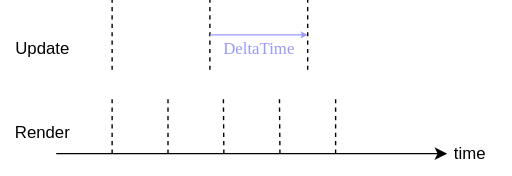
Above: public/posts/timestep-and-frame-pacing/resources/timestep_7.svg in raylee9919/raylee9919.github.io (draw.io), before the change. Source tidied: cells renumbered, new cells last; positions are measured from the earlier drawing's top-left corner, leaving out a move shared by most shapes.
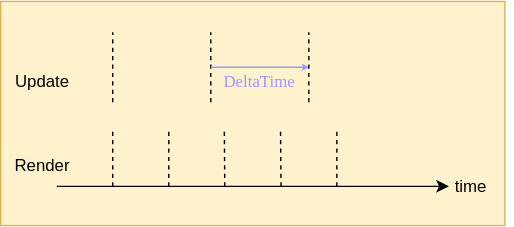
The same file after the commit.

What changed in the source:
```diff
@@ -2,77 +2,80 @@
   <root>
     <mxCell id="0" />
     <mxCell id="1" parent="0" />
-    <mxCell id="2" style="endArrow=classic;html=1;rounded=0;" parent="1" edge="1">
-      <mxGeometry relative="1" as="geometry">
-        <mxPoint x="40" y="110" as="sourcePoint" />
-        <mxPoint x="320" y="110" as="targetPoint" />
-      </mxGeometry>
+    <mxCell id="2" style="rounded=0;whiteSpace=wrap;html=1;fillColor=#fff2cc;strokeColor=#d6b656;" parent="1" vertex="1">
+      <mxGeometry y="-22" width="360" height="160" as="geometry" />
     </mxCell>
-    <mxCell id="3" style="endArrow=none;dashed=1;html=1;rounded=0;" parent="1" edge="1">
+    <mxCell id="3" style="endArrow=classic;html=1;rounded=0;" parent="1" edge="1">
       <mxGeometry relative="1" as="geometry">
-        <mxPoint x="80" y="110" as="sourcePoint" />
-        <mxPoint x="80" y="70" as="targetPoint" />
+        <mxPoint x="40" y="110" as="sourcePoint" />
+        <mxPoint x="320" y="110" as="targetPoint" />
       </mxGeometry>
     </mxCell>
     <mxCell id="4" style="endArrow=none;dashed=1;html=1;rounded=0;" parent="1" edge="1">
       <mxGeometry relative="1" as="geometry">
-        <mxPoint x="120" y="110" as="sourcePoint" />
-        <mxPoint x="120" y="70" as="targetPoint" />
+        <mxPoint x="80" y="110" as="sourcePoint" />
+        <mxPoint x="80" y="70" as="targetPoint" />
       </mxGeometry>
     </mxCell>
     <mxCell id="5" style="endArrow=none;dashed=1;html=1;rounded=0;" parent="1" edge="1">
       <mxGeometry relative="1" as="geometry">
-        <mxPoint x="160" y="110" as="sourcePoint" />
-        <mxPoint x="159.7" y="70" as="targetPoint" />
+        <mxPoint x="120" y="110" as="sourcePoint" />
+        <mxPoint x="120" y="70" as="targetPoint" />
       </mxGeometry>
     </mxCell>
     <mxCell id="6" style="endArrow=none;dashed=1;html=1;rounded=0;" parent="1" edge="1">
       <mxGeometry relative="1" as="geometry">
-        <mxPoint x="240" y="110" as="sourcePoint" />
-        <mxPoint x="240" y="70" as="targetPoint" />
+        <mxPoint x="160" y="110" as="sourcePoint" />
+        <mxPoint x="159.7" y="70" as="targetPoint" />
       </mxGeometry>
     </mxCell>
     <mxCell id="7" style="endArrow=none;dashed=1;html=1;rounded=0;" parent="1" edge="1">
       <mxGeometry relative="1" as="geometry">
-        <mxPoint x="80" y="50" as="sourcePoint" />
-        <mxPoint x="80" as="targetPoint" />
+        <mxPoint x="240" y="110" as="sourcePoint" />
+        <mxPoint x="240" y="70" as="targetPoint" />
       </mxGeometry>
     </mxCell>
     <mxCell id="8" style="endArrow=none;dashed=1;html=1;rounded=0;" parent="1" edge="1">
       <mxGeometry relative="1" as="geometry">
-        <mxPoint x="150" y="50" as="sourcePoint" />
-        <mxPoint x="150" as="targetPoint" />
+        <mxPoint x="80" y="50" as="sourcePoint" />
+        <mxPoint x="80" as="targetPoint" />
       </mxGeometry>
     </mxCell>
-    <mxCell id="9" value="time" style="text;html=1;whiteSpace=wrap;strokeColor=none;fillColor=none;align=center;verticalAlign=middle;rounded=0;" parent="1" vertex="1">
-      <mxGeometry x="306" y="95" width="60" height="30" as="geometry" />
+    <mxCell id="9" style="endArrow=none;dashed=1;html=1;rounded=0;" parent="1" edge="1">
+      <mxGeometry relative="1" as="geometry">
+        <mxPoint x="150" y="50" as="sourcePoint" />
+        <mxPoint x="150" as="targetPoint" />
+      </mxGeometry>
     </mxCell>
-    <mxCell id="10" value="Update" style="text;html=1;whiteSpace=wrap;strokeColor=none;fillColor=none;align=center;verticalAlign=middle;rounded=0;" parent="1" vertex="1">
-      <mxGeometry y="20" width="60" height="30" as="geometry" />
+    <mxCell id="10" value="time" style="text;html=1;whiteSpace=wrap;strokeColor=none;fillColor=none;align=center;verticalAlign=middle;rounded=0;" parent="1" vertex="1">
+      <mxGeometry x="306" y="95" width="60" height="30" as="geometry" />
     </mxCell>
-    <mxCell id="11" value="Render" style="text;html=1;whiteSpace=wrap;strokeColor=none;fillColor=none;align=center;verticalAlign=middle;rounded=0;" parent="1" vertex="1">
-      <mxGeometry y="80" width="60" height="30" as="geometry" />
+    <mxCell id="11" value="Update" style="text;html=1;whiteSpace=wrap;strokeColor=none;fillColor=none;align=center;verticalAlign=middle;rounded=0;" parent="1" vertex="1">
+      <mxGeometry y="20" width="60" height="30" as="geometry" />
     </mxCell>
-    <mxCell id="12" style="endArrow=classic;html=1;rounded=0;endSize=2;startSize=4;strokeColor=#9999FF;" parent="1" edge="1">
-      <mxGeometry relative="1" as="geometry">
-        <mxPoint x="150" y="25" as="sourcePoint" />
-        <mxPoint x="220" y="25" as="targetPoint" />
-      </mxGeometry>
+    <mxCell id="12" value="Render" style="text;html=1;whiteSpace=wrap;strokeColor=none;fillColor=none;align=center;verticalAlign=middle;rounded=0;" parent="1" vertex="1">
+      <mxGeometry y="80" width="60" height="30" as="geometry" />
     </mxCell>
-    <mxCell id="13" value="&lt;span style=&quot;color: rgb(153, 153, 255);&quot;&gt;&lt;font face=&quot;consolas&quot;&gt;DeltaTime&lt;/font&gt;&lt;/span&gt;" style="text;html=1;whiteSpace=wrap;strokeColor=none;fillColor=none;align=center;verticalAlign=middle;rounded=0;fontStyle=0;" parent="1" vertex="1">
-      <mxGeometry x="169" y="20" width="32" height="30" as="geometry" />
+    <mxCell id="13" style="endArrow=classic;html=1;rounded=0;endSize=2;startSize=4;strokeColor=#9999FF;" parent="1" edge="1">
+      <mxGeometry relative="1" as="geometry">
+        <mxPoint x="150" y="25" as="sourcePoint" />
+        <mxPoint x="220" y="25" as="targetPoint" />
+      </mxGeometry>
     </mxCell>
-    <mxCell id="14" style="endArrow=none;dashed=1;html=1;rounded=0;" parent="1" edge="1">
-      <mxGeometry relative="1" as="geometry">
-        <mxPoint x="200.1" y="110" as="sourcePoint" />
-        <mxPoint x="199.8" y="70" as="targetPoint" />
-      </mxGeometry>
+    <mxCell id="14" value="&lt;span style=&quot;color: rgb(153, 153, 255);&quot;&gt;&lt;font face=&quot;consolas&quot;&gt;DeltaTime&lt;/font&gt;&lt;/span&gt;" style="text;html=1;whiteSpace=wrap;strokeColor=none;fillColor=none;align=center;verticalAlign=middle;rounded=0;fontStyle=0;" parent="1" vertex="1">
+      <mxGeometry x="169" y="20" width="32" height="30" as="geometry" />
     </mxCell>
     <mxCell id="15" style="endArrow=none;dashed=1;html=1;rounded=0;" parent="1" edge="1">
       <mxGeometry relative="1" as="geometry">
-        <mxPoint x="220" y="50" as="sourcePoint" />
-        <mxPoint x="220" as="targetPoint" />
+        <mxPoint x="200.1" y="110" as="sourcePoint" />
+        <mxPoint x="199.8" y="70" as="targetPoint" />
       </mxGeometry>
     </mxCell>
+    <mxCell id="16" style="endArrow=none;dashed=1;html=1;rounded=0;" parent="1" edge="1">
+      <mxGeometry relative="1" as="geometry">
+        <mxPoint x="220" y="50" as="sourcePoint" />
+        <mxPoint x="220" as="targetPoint" />
+      </mxGeometry>
+    </mxCell>
   </root>
 </mxGraphModel>
```
